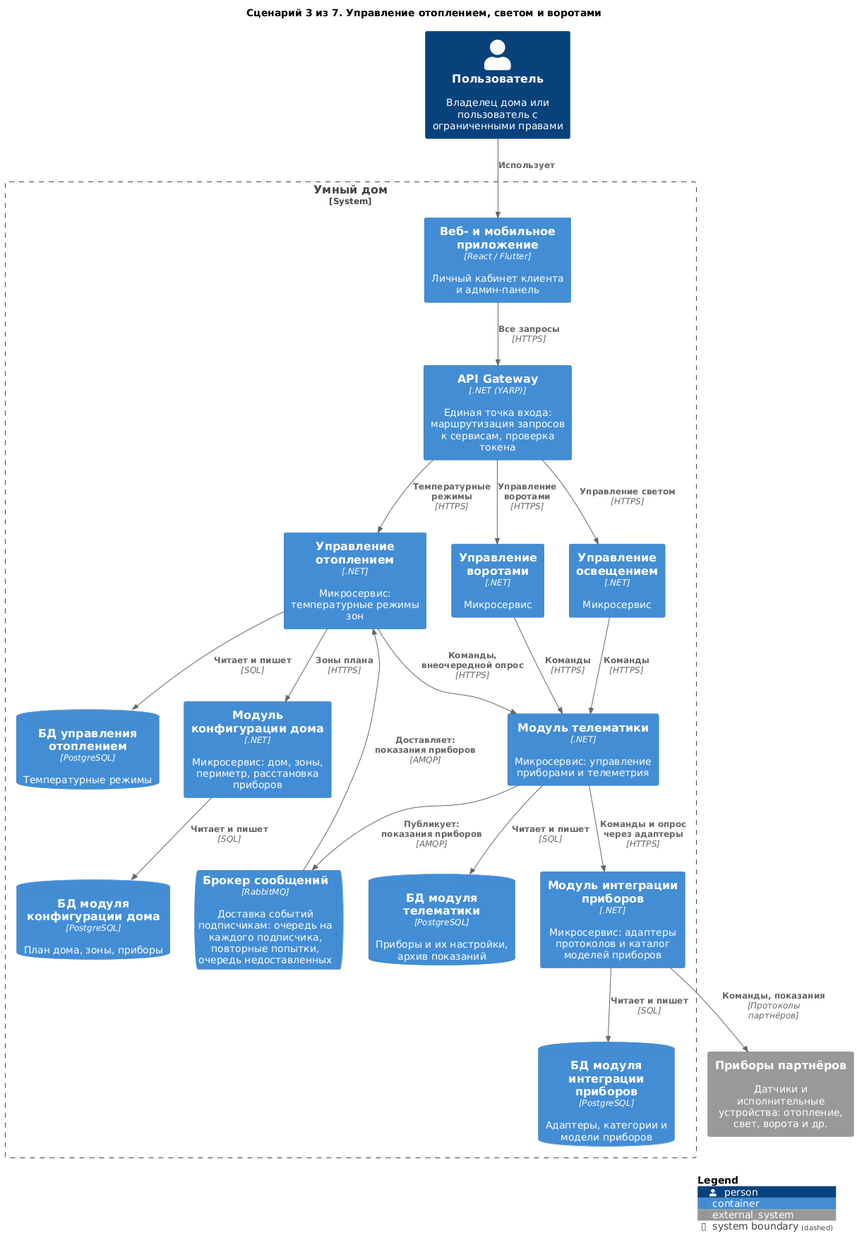
This is diagrams/containers-scenarios/03-device-control.png from Lyamin-av/architecture-warmhouse, a PlantUML export, as it was before one commit.
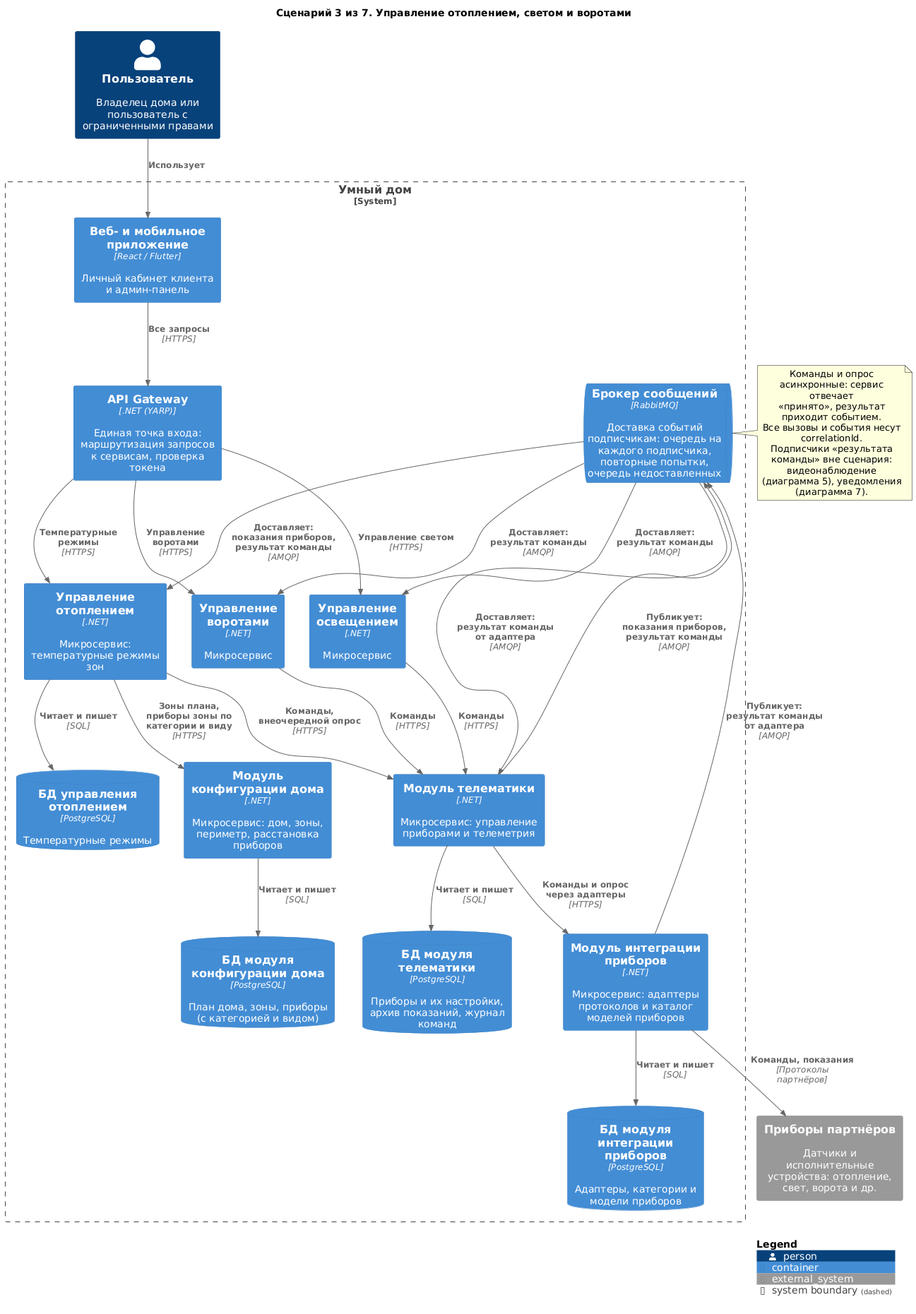
After the change.

What changed in the source:
```diff
@@ -16,9 +16,9 @@
     Container(DeviceIntegration, "Модуль интеграции приборов", ".NET", "Микросервис: адаптеры протоколов и каталог моделей приборов")
     ContainerQueue(Broker, "Брокер сообщений", "RabbitMQ", "Доставка событий подписчикам: очередь на каждого подписчика, повторные попытки, очередь недоставленных")
     ContainerDb(dbHeating, "БД управления отоплением", "PostgreSQL", "Температурные режимы")
-    ContainerDb(dbTelematics, "БД модуля телематики", "PostgreSQL", "Приборы и их настройки, архив показаний")
+    ContainerDb(dbTelematics, "БД модуля телематики", "PostgreSQL", "Приборы и их настройки, архив показаний, журнал команд")
     ContainerDb(dbDIS, "БД модуля интеграции приборов", "PostgreSQL", "Адаптеры, категории и модели приборов")
-    ContainerDb(dbHC, "БД модуля конфигурации дома", "PostgreSQL", "План дома, зоны, приборы")
+    ContainerDb(dbHC, "БД модуля конфигурации дома", "PostgreSQL", "План дома, зоны, приборы (с категорией и видом)")
 }
 
 System_Ext(devices, "Приборы партнёров", "Датчики и исполнительные устройства: отопление, свет, ворота и др.")
@@ -28,10 +28,22 @@
 Rel(Gateway, Heating, "Температурные режимы", "HTTPS")
 Rel(Gateway, Lighting, "Управление светом", "HTTPS")
 Rel(Gateway, GateControl, "Управление воротами", "HTTPS")
-Rel(Heating, HouseConfigurator, "Зоны плана", "HTTPS")
+Rel(Heating, HouseConfigurator, "Зоны плана, приборы зоны по категории и виду", "HTTPS")
 Rel(Heating, Telematics, "Команды, внеочередной опрос", "HTTPS")
-Rel(Telematics, Broker, "Публикует: показания приборов", "AMQP")
-Rel(Broker, Heating, "Доставляет: показания приборов", "AMQP")
+Rel(Telematics, Broker, "Публикует: показания приборов, результат команды", "AMQP")
+Rel(Broker, Heating, "Доставляет: показания приборов, результат команды", "AMQP")
+Rel(Broker, Lighting, "Доставляет: результат команды", "AMQP")
+Rel(Broker, GateControl, "Доставляет: результат команды", "AMQP")
+Rel(DeviceIntegration, Broker, "Публикует: результат команды от адаптера", "AMQP")
+Rel(Broker, Telematics, "Доставляет: результат команды от адаптера", "AMQP")
+
+note right of Broker
+  Команды и опрос асинхронные: сервис отвечает
+  «принято», результат приходит событием.
+  Все вызовы и события несут correlationId.
+  Подписчики «результата команды» вне сценария:
+  видеонаблюдение (диаграмма 5), уведомления (диаграмма 7).
+end note
 Rel(Lighting, Telematics, "Команды", "HTTPS")
 Rel(GateControl, Telematics, "Команды", "HTTPS")
 Rel(Telematics, DeviceIntegration, "Команды и опрос через адаптеры", "HTTPS")
```
